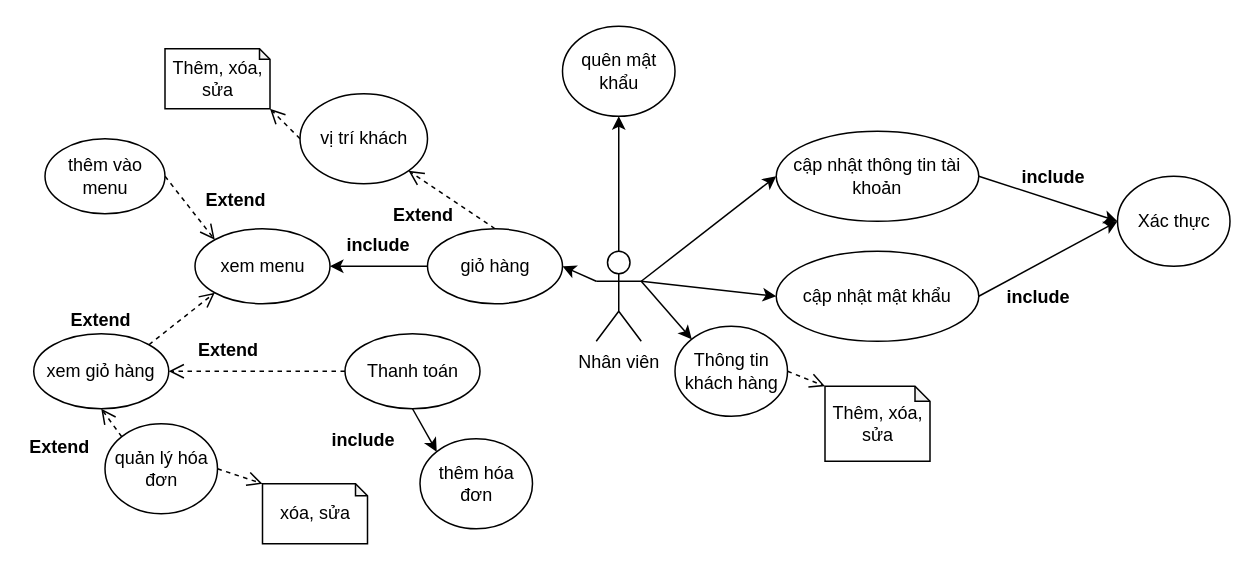
Earlier version of the draw.io diagram page "Nhân viên" (2 of 3) of Sơ đồ/Các chức năng.drawio (518H0090/FinalProjectAndroid). Source tidied: cells renumbered, new cells numbered last; positions are measured from the earlier drawing's top-left corner, leaving out a move shared by most shapes. Both pictures are drawn from the tidied source at 150%, with x=0, y=0 at pixel (26, 26).
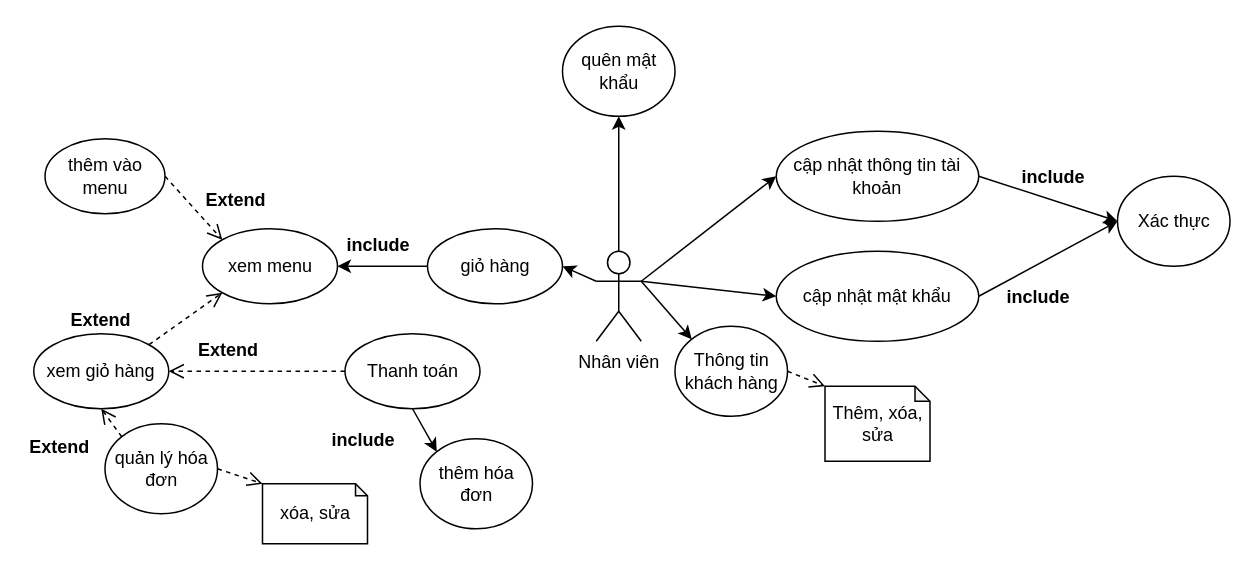
The same page after the edit.

The change refers to these unchanged cells:
```xml
<mxCell id="16" value="giỏ hàng" style="ellipse;whiteSpace=wrap;html=1;" parent="1" vertex="1">
  <mxGeometry x="267.5" y="135" width="90" height="50" as="geometry" />
</mxCell>
```

Change to the diagram source:
```diff
@@
-    <mxCell id="4" value="vị trí khách" style="ellipse;whiteSpace=wrap;html=1;" parent="1" vertex="1">
-      <mxGeometry x="182.5" y="45" width="85" height="60" as="geometry" />
-    </mxCell>
-    <mxCell id="5" value="Thêm, xóa, sửa" style="shape=note;whiteSpace=wrap;html=1;backgroundOutline=1;darkOpacity=0.05;size=7;" parent="1" vertex="1">
-      <mxGeometry x="92.5" y="15" width="70" height="40" as="geometry" />
-    </mxCell>
-    <mxCell id="6" style="html=1;verticalAlign=bottom;endArrow=open;dashed=1;endSize=8;entryX=1;entryY=1;entryDx=0;entryDy=0;exitX=0;exitY=0.5;exitDx=0;exitDy=0;entryPerimeter=0;" parent="1" edge="1" source="4" target="5">
-      <mxGeometry relative="1" as="geometry" />
-    </mxCell>
@@
-    <mxCell id="17" style="html=1;verticalAlign=bottom;endArrow=open;dashed=1;endSize=8;exitX=0.5;exitY=0;exitDx=0;exitDy=0;entryX=1;entryY=1;entryDx=0;entryDy=0;" parent="1" edge="1" source="16" target="4">
-      <mxGeometry relative="1" as="geometry" />
-    </mxCell>
-    <mxCell id="18" value="Extend" style="text;align=center;fontStyle=1;verticalAlign=middle;spacingLeft=3;spacingRight=3;strokeColor=none;" parent="1" vertex="1">
-      <mxGeometry x="242.5" y="115" width="45" height="20" as="geometry" />
-    </mxCell>
@@
     <mxCell id="29" value="xem menu" style="ellipse;whiteSpace=wrap;html=1;" parent="1" vertex="1">
-      <mxGeometry x="112.5" y="135" width="90" height="50" as="geometry" />
+      <mxGeometry x="117.5" y="135" width="90" height="50" as="geometry" />
     </mxCell>
```
